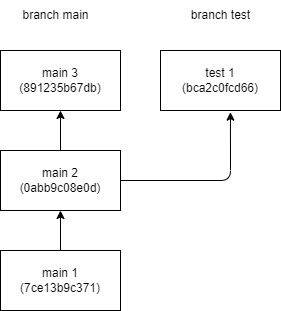
iridiumcao/iridiumcao.github.io keeps this draw.io diagram as git/images/tree.png. Above is the earlier version. Source tidied: cells renumbered, new cells last; positions are measured from the earlier drawing's top-left corner, leaving out a move shared by most shapes.
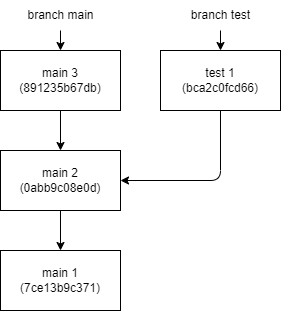
After the change.

Change to the diagram source:
```diff
@@ -5,31 +5,37 @@
     <mxCell id="2" value="main 1&lt;br&gt;(7ce13b9c371)" style="rounded=0;whiteSpace=wrap;html=1;" parent="1" vertex="1">
       <mxGeometry y="250" width="120" height="60" as="geometry" />
     </mxCell>
-    <mxCell id="3" style="edgeStyle=none;html=1;exitX=0.5;exitY=0;exitDx=0;exitDy=0;entryX=0.5;entryY=1;entryDx=0;entryDy=0;" parent="1" edge="1" source="5" target="6">
-      <mxGeometry relative="1" as="geometry" />
-    </mxCell>
-    <mxCell id="4" style="edgeStyle=none;html=1;entryX=0.583;entryY=1.028;entryDx=0;entryDy=0;entryPerimeter=0;" parent="1" edge="1" source="5" target="7">
-      <mxGeometry relative="1" as="geometry">
-        <Array as="points">
-          <mxPoint x="230" y="180" />
-        </Array>
-      </mxGeometry>
-    </mxCell>
+    <mxCell id="11" style="edgeStyle=none;html=1;exitX=0.5;exitY=1;exitDx=0;exitDy=0;entryX=0.5;entryY=0;entryDx=0;entryDy=0;" parent="1" edge="1" source="5" target="2">
+      <mxGeometry relative="1" as="geometry" />
+    </mxCell>
     <mxCell id="5" value="main 2&lt;br&gt;(0abb9c08e0d)" style="rounded=0;whiteSpace=wrap;html=1;" parent="1" vertex="1">
       <mxGeometry y="150" width="120" height="60" as="geometry" />
     </mxCell>
+    <mxCell id="12" style="edgeStyle=none;html=1;exitX=0.5;exitY=1;exitDx=0;exitDy=0;entryX=0.5;entryY=0;entryDx=0;entryDy=0;" parent="1" edge="1" source="6" target="5">
+      <mxGeometry relative="1" as="geometry" />
+    </mxCell>
     <mxCell id="6" value="main 3&lt;br&gt;(891235b67db)" style="rounded=0;whiteSpace=wrap;html=1;" parent="1" vertex="1">
       <mxGeometry y="50" width="120" height="60" as="geometry" />
     </mxCell>
+    <mxCell id="13" style="edgeStyle=none;html=1;exitX=0.5;exitY=1;exitDx=0;exitDy=0;entryX=1;entryY=0.5;entryDx=0;entryDy=0;" parent="1" edge="1" source="7" target="5">
+      <mxGeometry relative="1" as="geometry">
+        <Array as="points">
+          <mxPoint x="220" y="180" />
+        </Array>
+      </mxGeometry>
+    </mxCell>
     <mxCell id="7" value="test 1&lt;br&gt;(bca2c0fcd66)" style="rounded=0;whiteSpace=wrap;html=1;" parent="1" vertex="1">
       <mxGeometry x="160" y="50" width="120" height="60" as="geometry" />
     </mxCell>
-    <mxCell id="8" style="endArrow=classic;html=1;exitX=0.5;exitY=0;exitDx=0;exitDy=0;entryX=0.5;entryY=1;entryDx=0;entryDy=0;" parent="1" edge="1" source="2" target="5">
-      <mxGeometry relative="1" as="geometry" />
-    </mxCell>
+    <mxCell id="14" style="edgeStyle=none;html=1;entryX=0.5;entryY=0;entryDx=0;entryDy=0;" parent="1" edge="1" source="9" target="6">
+      <mxGeometry relative="1" as="geometry" />
+    </mxCell>
     <mxCell id="9" value="branch main" style="text;html=1;align=center;verticalAlign=middle;points=[];strokeColor=none;fillColor=none;" parent="1" vertex="1">
-      <mxGeometry x="10" width="90" height="30" as="geometry" />
+      <mxGeometry x="15" width="90" height="30" as="geometry" />
     </mxCell>
+    <mxCell id="15" style="edgeStyle=none;html=1;entryX=0.5;entryY=0;entryDx=0;entryDy=0;" parent="1" edge="1" source="10" target="7">
+      <mxGeometry relative="1" as="geometry" />
+    </mxCell>
     <mxCell id="10" value="branch test" style="text;html=1;align=center;verticalAlign=middle;points=[];strokeColor=none;fillColor=none;" parent="1" vertex="1">
       <mxGeometry x="180" width="80" height="30" as="geometry" />
     </mxCell>
```
